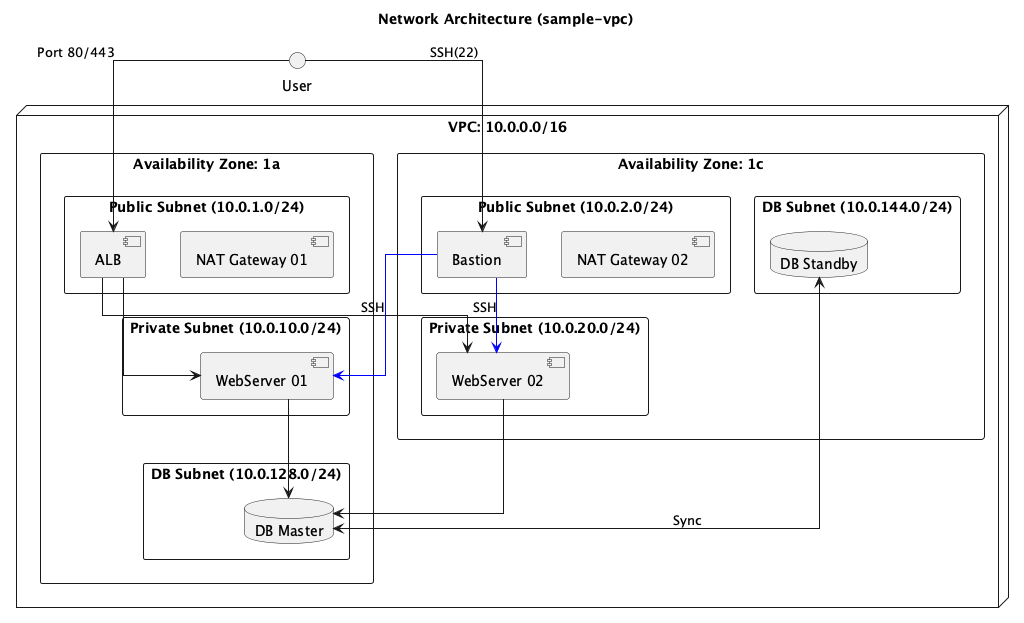
Nobu42/terraform-iac-lab keeps this PlantUML diagram as docs/Network_Architecture.png. Above is the earlier version.
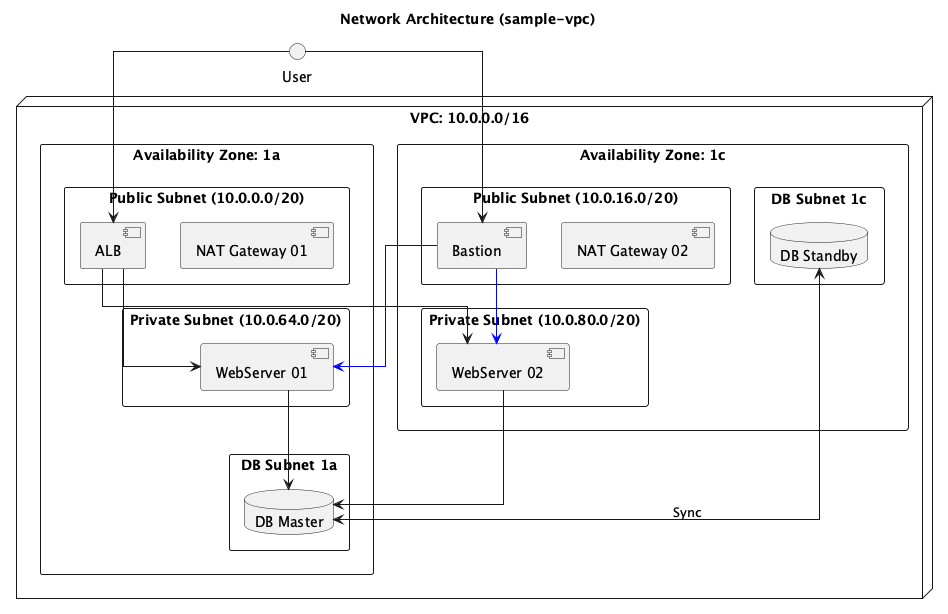
The same file after the commit.

What changed in the source:
```diff
@@ -8,36 +8,36 @@
 node "VPC: 10.0.0.0/16" {
 
     rectangle "Availability Zone: 1a" as az1a {
-        package "Public Subnet (10.0.1.0/24)" {
+        package "Public Subnet (10.0.0.0/20)" {
             [ALB] as alb
             [NAT Gateway 01] as nat1
         }
-        package "Private Subnet (10.0.10.0/24)" {
+        package "Private Subnet (10.0.64.0/20)" {
             [WebServer 01] as web1
         }
-        package "DB Subnet (10.0.128.0/24)" {
+        package "DB Subnet 1a" {
             database "DB Master" as db1
         }
     }
 
     rectangle "Availability Zone: 1c" as az1c {
-        package "Public Subnet (10.0.2.0/24)" {
+        package "Public Subnet (10.0.16.0/20)" {
             [Bastion] as bastion
             [NAT Gateway 02] as nat2
         }
-        package "Private Subnet (10.0.20.0/24)" {
+        package "Private Subnet (10.0.80.0/20)" {
             [WebServer 02] as web2
         }
-        package "DB Subnet (10.0.144.0/24)" {
+        package "DB Subnet 1c" {
             database "DB Standby" as db2
         }
     }
 }
 
-User --> alb : Port 80/443
-User --> bastion : SSH(22)
-bastion -[#blue]-> web1 : SSH
-bastion -[#blue]-> web2 : SSH
+User --> alb
+User --> bastion
+bastion -[#blue]-> web1
+bastion -[#blue]-> web2
 alb --> web1
 alb --> web2
 web1 --> db1
```
